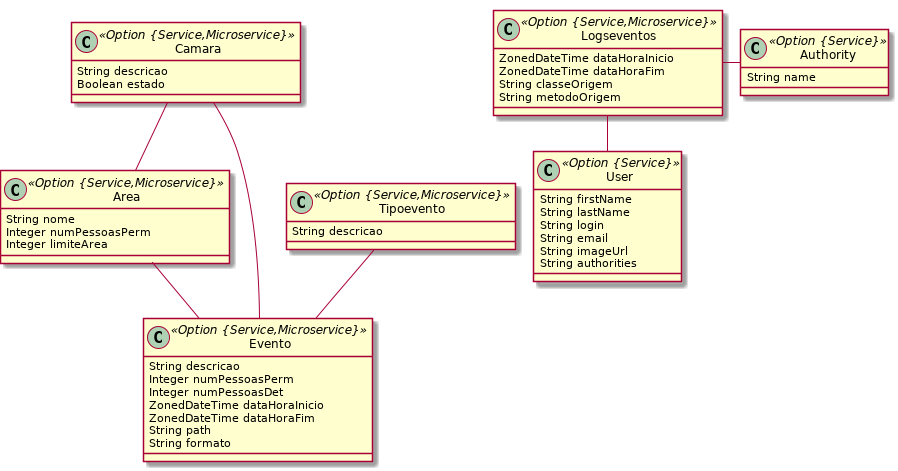
Before: base_dados/bd.png, a diagram exported from PlantUML (NunoVelosoMIEGSI/prisontech).
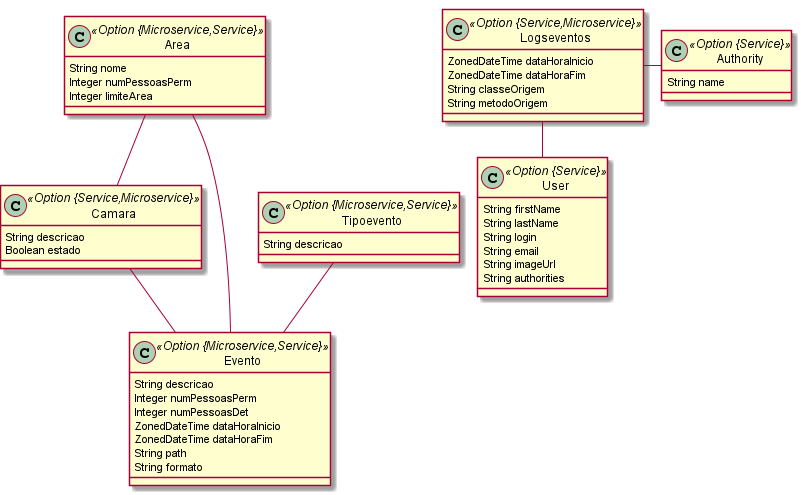
After the commit.

Diff of the diagram source:
```diff
@@ -1,7 +1,7 @@
 @startuml
 	!pragma graphviz_dot jdot
 	!pragma syntax class
-	class Area <<Option {Service,Microservice}>> {
+	class Area <<Option {Microservice,Service}>> {
 		String nome
 		Integer numPessoasPerm
 		Integer limiteArea
@@ -10,10 +10,10 @@
 		String descricao
 		Boolean estado
 	}
-	class Tipoevento <<Option {Service,Microservice}>> {
+	class Tipoevento <<Option {Microservice,Service}>> {
 		String descricao
 	}
-	class Evento <<Option {Service,Microservice}>> {
+	class Evento <<Option {Microservice,Service}>> {
 		String descricao
 		Integer numPessoasPerm
 		Integer numPessoasDet
@@ -28,10 +28,10 @@
 		String classeOrigem
 		String metodoOrigem
 	}
-	Camara  "0..1 " --o "camara 0..* "  Area
 	Area  "0..1 " --o "area 0..* "  Evento
 	Camara  "0..1 " --o "camara 0..* "  Evento
 	Tipoevento  "0..1 " --o "tipoevento 0..* "  Evento
+	Area  "camara 0..* " o--o "area 0..* "  Camara
 	class Authority <<Option {Service}>> {
 		String name
 	}
```
